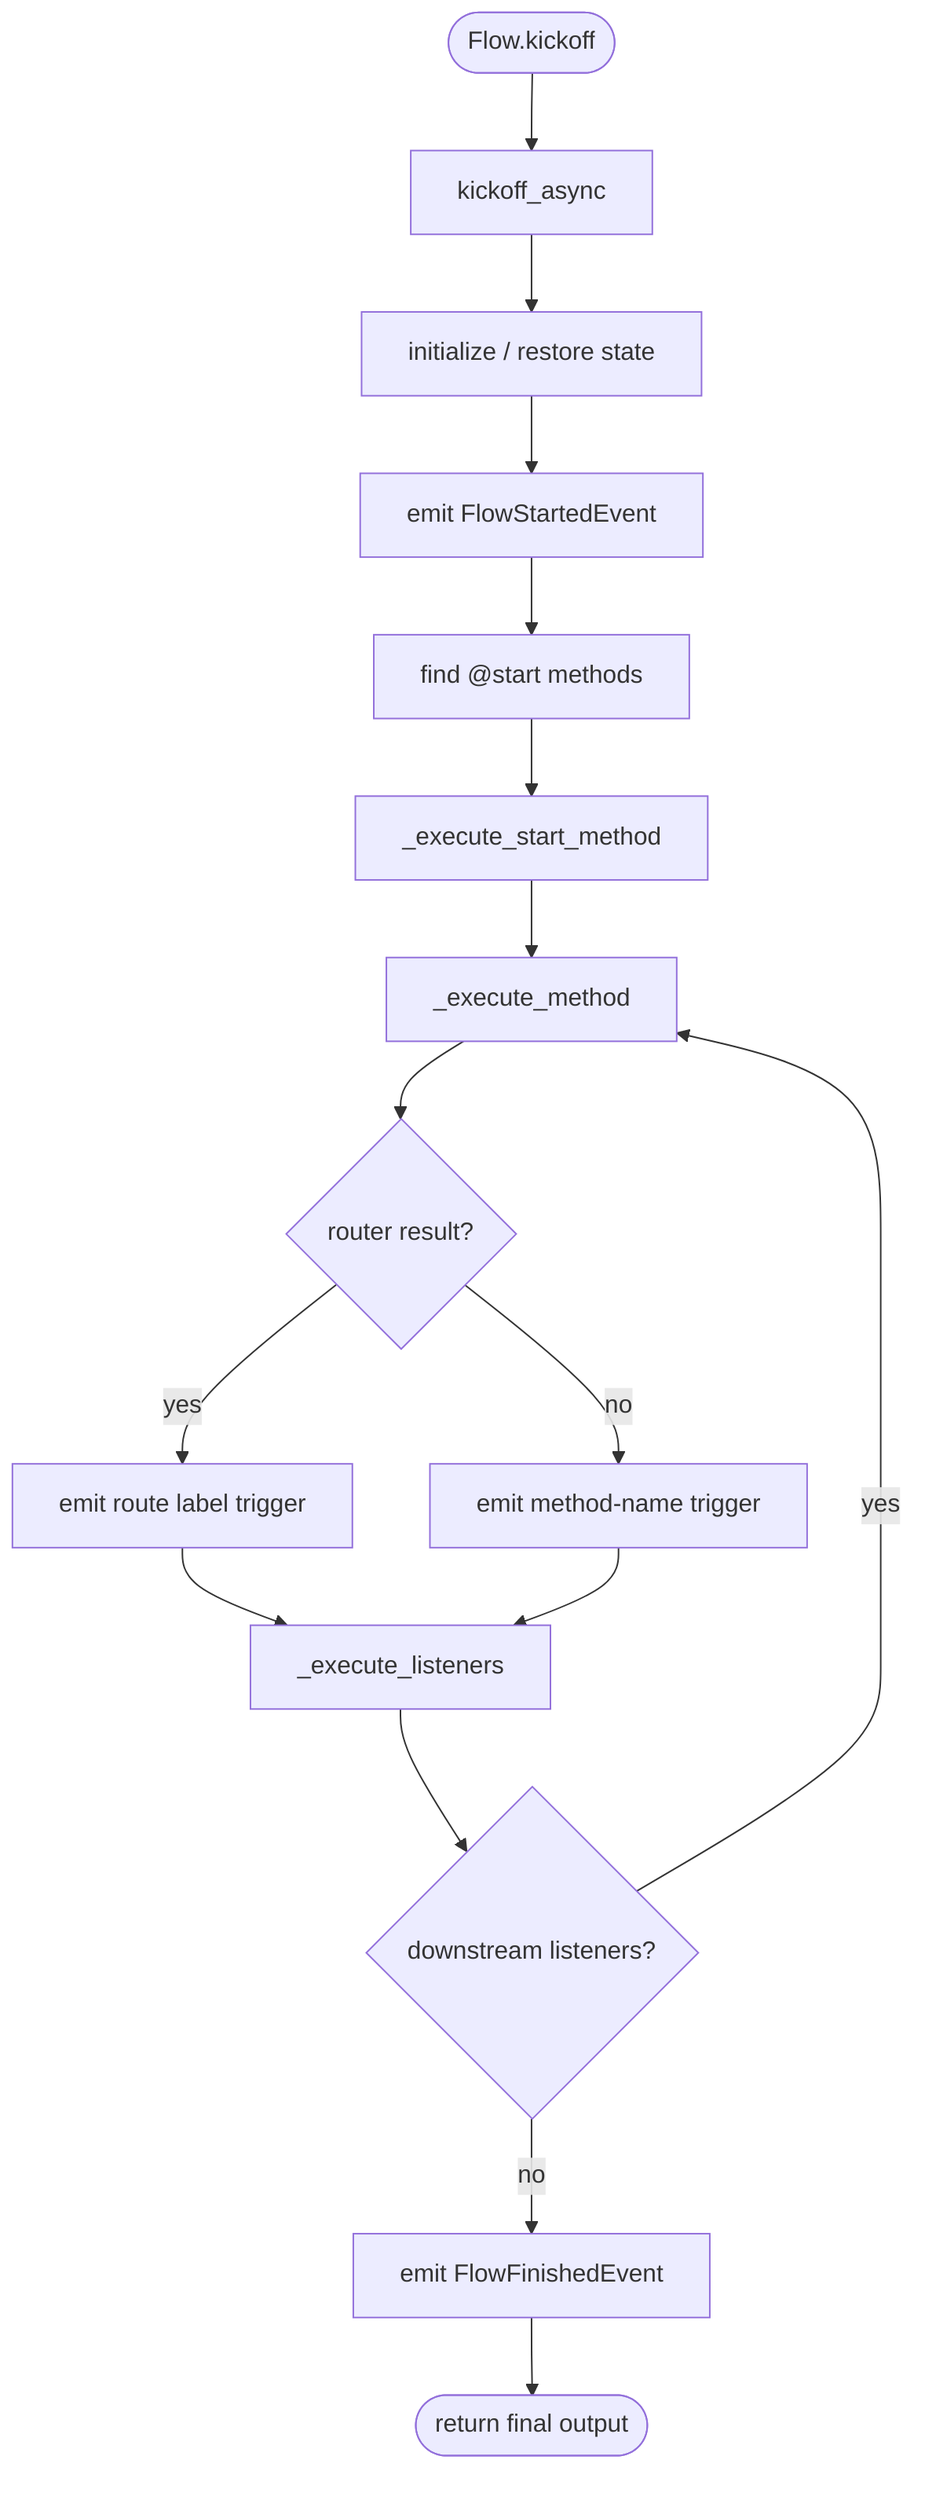
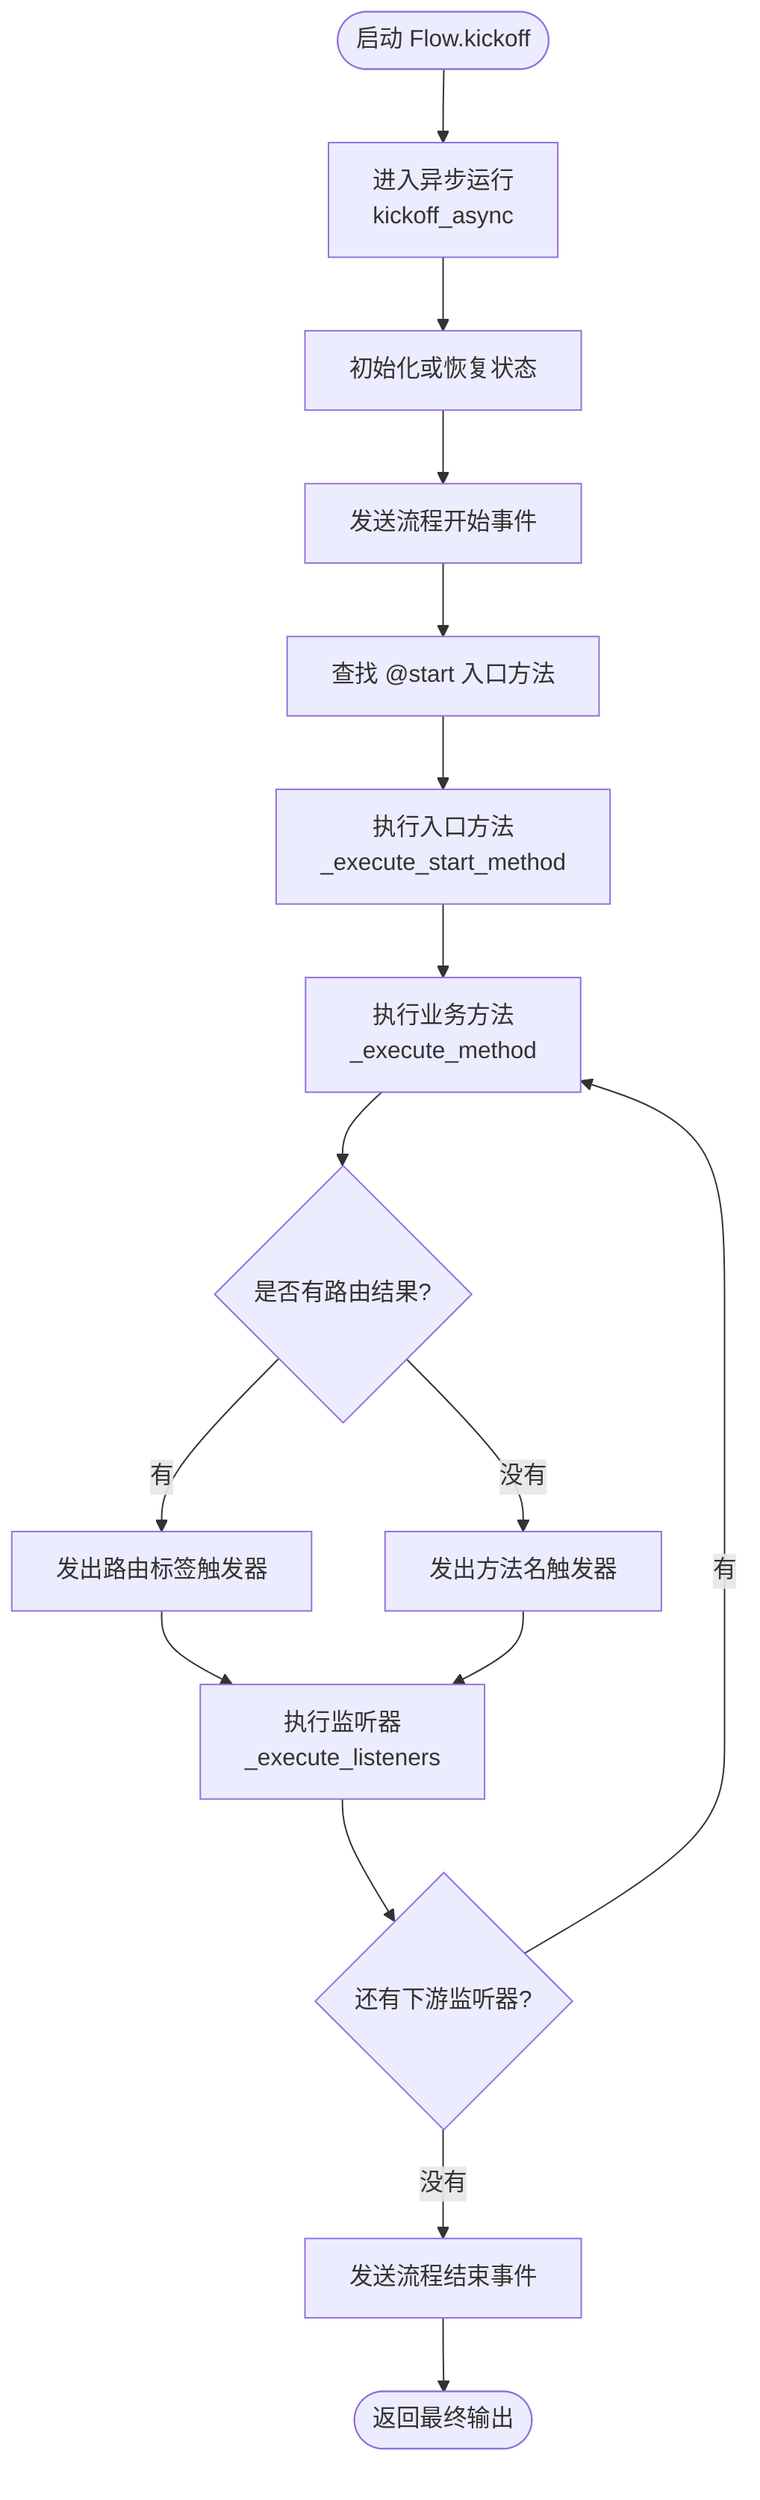
flowchart TD
-     Start([Flow.kickoff]) --> Async["kickoff_async"]
-     Async --> State["initialize / restore state"]
-     State --> EmitStart["emit FlowStartedEvent"]
-     EmitStart --> Starts["find @start methods"]
-     Starts --> ExecStart["_execute_start_method"]
-     ExecStart --> Method["_execute_method"]
-     Method --> Router{"router result?"}
-     Router -->|yes| RouteTrigger["emit route label trigger"]
-     Router -->|no| MethodTrigger["emit method-name trigger"]
-     RouteTrigger --> Listeners["_execute_listeners"]
+     Start([启动 Flow.kickoff]) --> Async["进入异步运行\nkickoff_async"]
+     Async --> State["初始化或恢复状态"]
+     State --> EmitStart["发送流程开始事件"]
+     EmitStart --> Starts["查找 @start 入口方法"]
+     Starts --> ExecStart["执行入口方法\n_execute_start_method"]
+     ExecStart --> Method["执行业务方法\n_execute_method"]
+     Method --> Router{"是否有路由结果?"}
+     Router -->|有| RouteTrigger["发出路由标签触发器"]
+     Router -->|没有| MethodTrigger["发出方法名触发器"]
+     RouteTrigger --> Listeners["执行监听器\n_execute_listeners"]
    MethodTrigger --> Listeners
-     Listeners --> More{"downstream listeners?"}
-     More -->|yes| Method
-     More -->|no| EmitEnd["emit FlowFinishedEvent"]
-     EmitEnd --> End([return final output])
+     Listeners --> More{"还有下游监听器?"}
+     More -->|有| Method
+     More -->|没有| EmitEnd["发送流程结束事件"]
+     EmitEnd --> End([返回最终输出])
